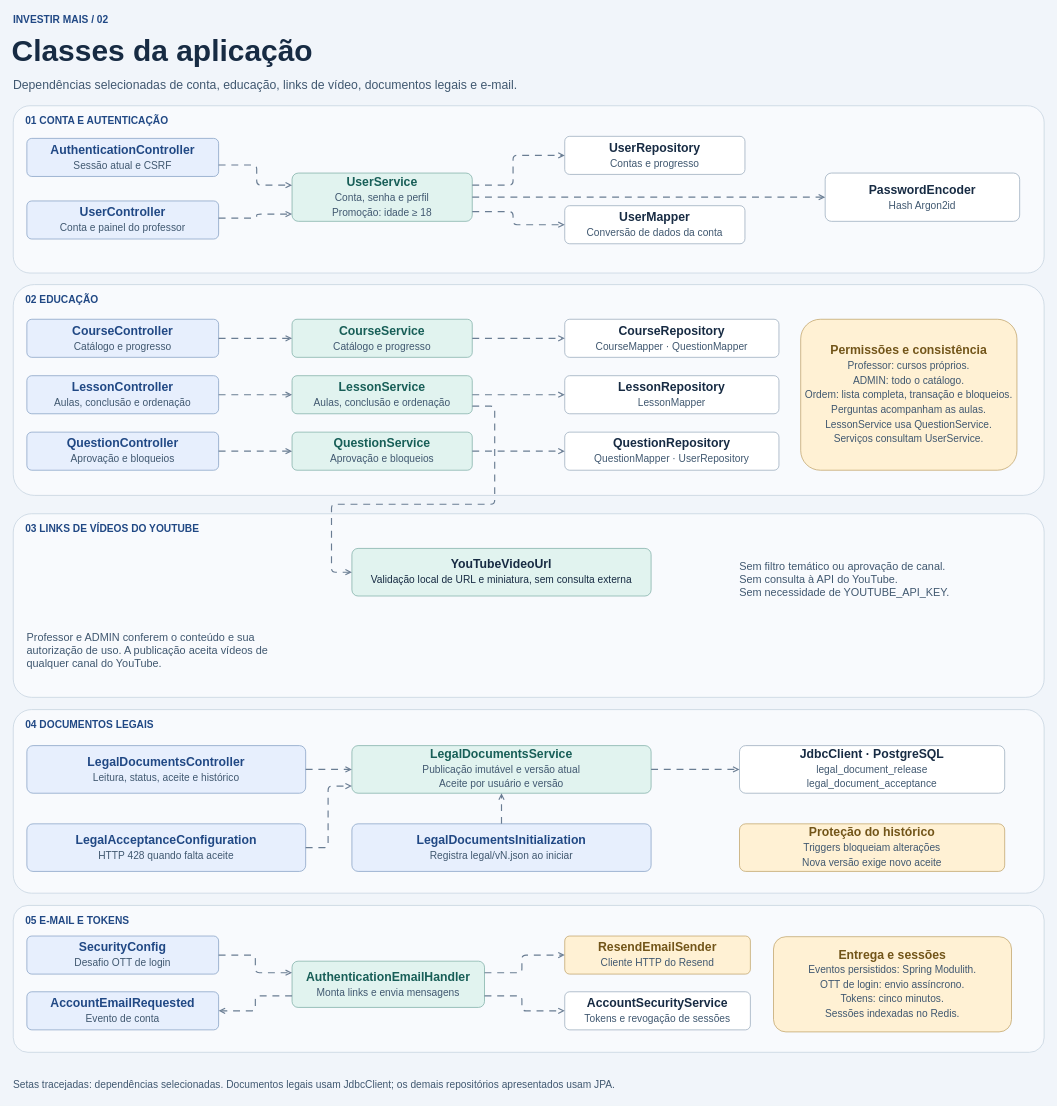
Before: page "02 · Classes da aplicação" (2 of 5) of docs/diagramas/investir-mais.drawio in GabrielYYM/INVESTIR-MAIS, a draw.io diagram. Source tidied: cells renumbered, new cells numbered last; positions are measured from the earlier drawing's top-left corner, leaving out a move shared by most shapes. Both pictures are drawn from the tidied source at 68%, with x=0, y=0 at pixel (12, 12).
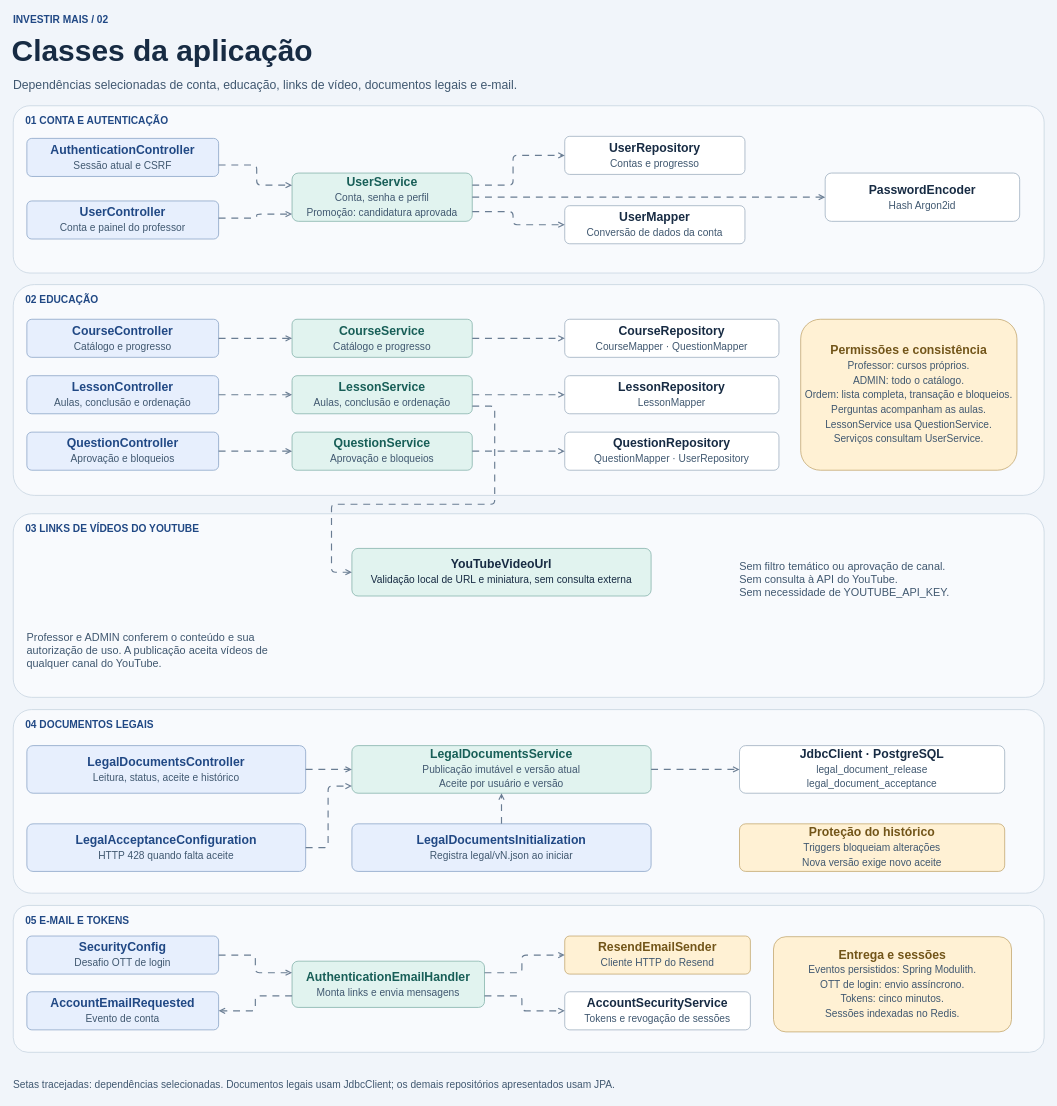
Above is the later version.

Change to the diagram source:
```diff
@@
-    <mxCell id="18" value="&lt;b style=&quot;font-size:18px;color:#175E57&quot;&gt;UserService&lt;/b&gt;&lt;br&gt;&lt;span style=&quot;font-size:15px;color:#405870;line-height:1.35&quot;&gt;Conta, senha e perfil&lt;br&gt;Promoção: idade ≥ 18&lt;/span&gt;" style="html=1;whiteSpace=wrap;rounded=1;arcSize=13;fillColor=#E1F3EF;strokeColor=#75A9A0;align=center;verticalAlign=middle;fontColor=#172B43;fontSize=18;spacing=5;" parent="1" vertex="1">
+    <mxCell id="18" value="&lt;b style=&quot;font-size:18px;color:#175E57&quot;&gt;UserService&lt;/b&gt;&lt;br&gt;&lt;span style=&quot;font-size:15px;color:#405870;line-height:1.35&quot;&gt;Conta, senha e perfil&lt;br&gt;Promoção: candidatura aprovada&lt;/span&gt;" style="html=1;whiteSpace=wrap;rounded=1;arcSize=13;fillColor=#E1F3EF;strokeColor=#75A9A0;align=center;verticalAlign=middle;fontColor=#172B43;fontSize=18;spacing=5;" parent="1" vertex="1">
       <mxGeometry x="412" y="237" width="265" height="71" as="geometry" />
     </mxCell>
```
